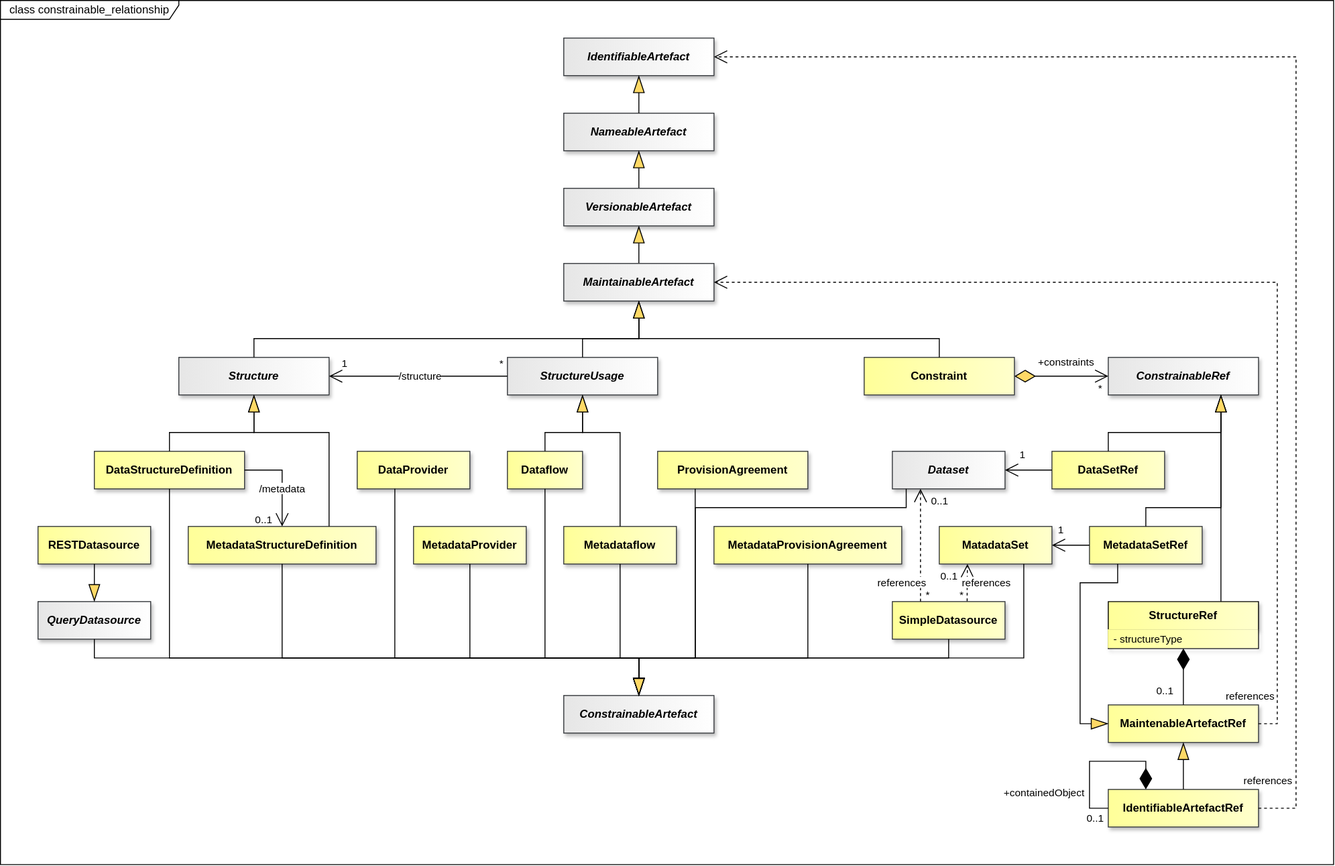
Earlier version of the draw.io export docs/logical_interfaces/media/sdmx_registry-constrainable_relationship.svg (sdmx-twg/sdmx-im). Source tidied: cells renumbered, new cells last; positions are measured from the earlier drawing's top-left corner, leaving out a move shared by most shapes.
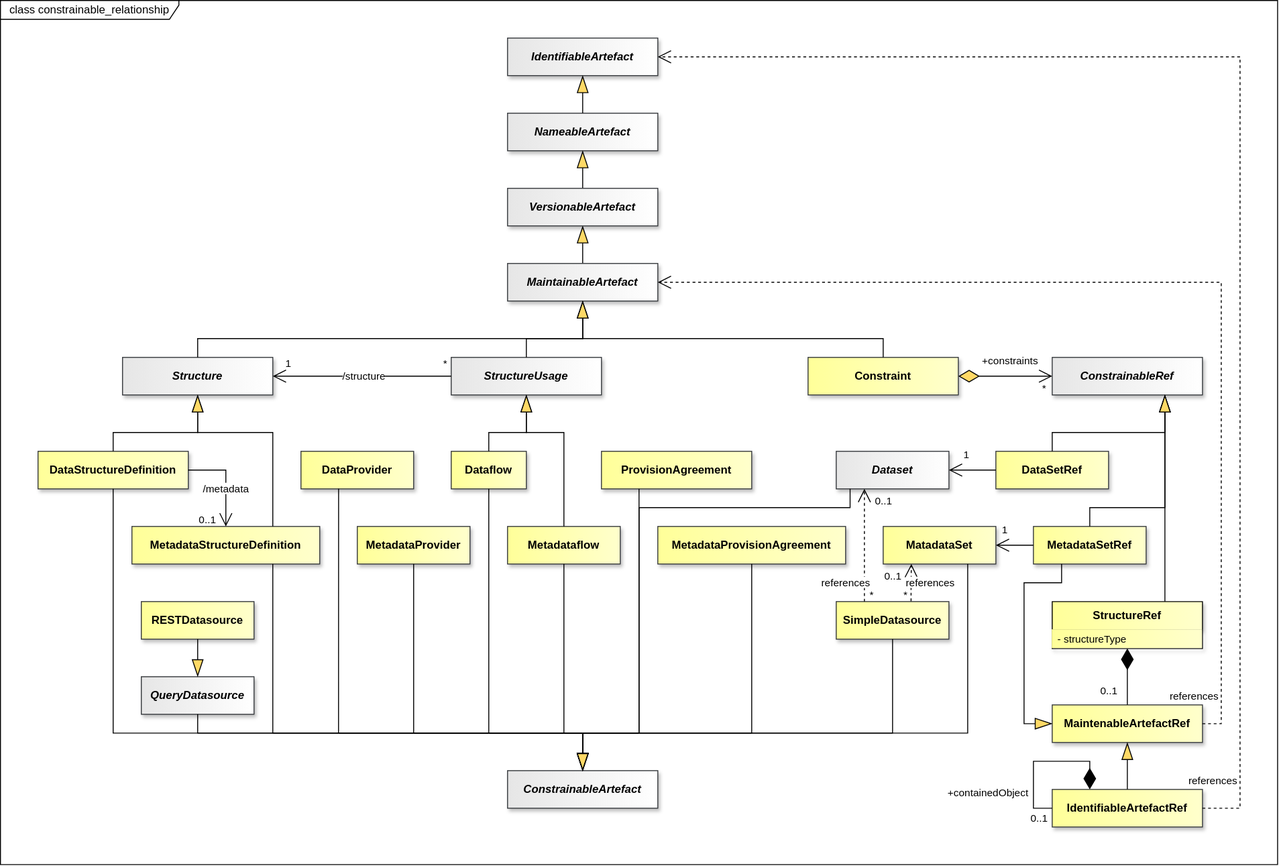
The same file after the commit.

The edit, as a diff of the source:
```diff
@@ -3,7 +3,7 @@
     <mxCell id="0" />
     <mxCell id="1" parent="0" />
     <mxCell id="2" value="class constrainable_relationship" style="shape=umlFrame;whiteSpace=wrap;html=1;fillColor=light-dark(#FFFFFF,#121212);swimlaneFillColor=light-dark(#FFFFFF,#121212);width=190;height=20;" parent="1" vertex="1">
-      <mxGeometry width="1420" height="920" as="geometry" />
+      <mxGeometry x="60" width="1360" height="920" as="geometry" />
     </mxCell>
     <mxCell id="3" style="endArrow=none;" parent="1" edge="1">
       <mxGeometry relative="1" as="geometry" />
@@ -270,7 +270,7 @@
       </mxGeometry>
     </mxCell>
     <mxCell id="77" value="ConstrainableArtefact" style="whiteSpace=wrap;html=1;verticalAlign=middle;gradientDirection=east;imageVerticalAlign=top;fontStyle=3;fillColor=light-dark(#E6E6E6,#E6E6E6);strokeColor=#36393d;fontColor=light-dark(#000000,#000000);gradientColor=light-dark(#FFFFFF,#FFFFFF);shadow=1;" parent="1" vertex="1">
-      <mxGeometry x="600" y="740" width="160" height="40" as="geometry" />
+      <mxGeometry x="600" y="820" width="160" height="40" as="geometry" />
     </mxCell>
     <mxCell id="78" value="&lt;span&gt;&lt;span&gt;DataProvider&lt;/span&gt;&lt;/span&gt;" style="whiteSpace=wrap;html=1;verticalAlign=middle;gradientDirection=east;imageVerticalAlign=top;fontStyle=1;fillColor=light-dark(#FFFF99,#FFFF99);strokeColor=#36393d;fontColor=light-dark(#000000,#000000);gradientColor=light-dark(#FFFFCC,#FFFFCC);shadow=1;" parent="1" vertex="1">
       <mxGeometry x="380" y="480" width="120" height="40" as="geometry" />
@@ -291,10 +291,10 @@
       <mxGeometry x="950" y="480" width="120" height="40" as="geometry" />
     </mxCell>
     <mxCell id="84" value="QueryDatasource" style="whiteSpace=wrap;html=1;verticalAlign=middle;gradientDirection=east;imageVerticalAlign=top;fontStyle=3;fillColor=light-dark(#E6E6E6,#E6E6E6);strokeColor=#36393d;fontColor=light-dark(#000000,#000000);gradientColor=light-dark(#FFFFFF,#FFFFFF);shadow=1;" parent="1" vertex="1">
-      <mxGeometry x="40" y="640" width="120" height="40" as="geometry" />
+      <mxGeometry x="210" y="720" width="120" height="40" as="geometry" />
     </mxCell>
     <mxCell id="85" value="&lt;span&gt;&lt;span&gt;RESTDatasource&lt;/span&gt;&lt;/span&gt;" style="whiteSpace=wrap;html=1;verticalAlign=middle;gradientDirection=east;imageVerticalAlign=top;fontStyle=1;fillColor=light-dark(#FFFF99,#FFFF99);strokeColor=#36393d;fontColor=light-dark(#000000,#000000);gradientColor=light-dark(#FFFFCC,#FFFFCC);shadow=1;" parent="1" vertex="1">
-      <mxGeometry x="40" y="560" width="120" height="40" as="geometry" />
+      <mxGeometry x="210" y="640" width="120" height="40" as="geometry" />
     </mxCell>
     <mxCell id="86" value="&lt;span&gt;&lt;span&gt;SimpleDatasource&lt;/span&gt;&lt;/span&gt;" style="whiteSpace=wrap;html=1;verticalAlign=middle;gradientDirection=east;imageVerticalAlign=top;fontStyle=1;fillColor=light-dark(#FFFF99,#FFFF99);strokeColor=#36393d;fontColor=light-dark(#000000,#000000);gradientColor=light-dark(#FFFFCC,#FFFFCC);shadow=1;" parent="1" vertex="1">
       <mxGeometry x="950" y="640" width="120" height="40" as="geometry" />
@@ -302,80 +302,80 @@
     <mxCell id="87" style="endArrow=blockThin;endSize=16;endFill=1;html=1;rounded=0;entryX=0.5;entryY=0;entryDx=0;entryDy=0;exitX=0.5;exitY=1;exitDx=0;exitDy=0;startFill=0;endFillColor=light-dark(#FFD966,#FFD966);strokeColor=light-dark(#000000,#FFFFFF);startFillColor=light-dark(#000000,#FFFFFF);labelBackgroundColor=none;labelBorderColor=light-dark(#000000,#FFFFFF);" parent="1" edge="1" source="84" target="77">
       <mxGeometry relative="1" as="geometry">
         <Array as="points">
-          <mxPoint x="100" y="700" />
-          <mxPoint x="680" y="700" />
+          <mxPoint x="270" y="780" />
+          <mxPoint x="680" y="780" />
         </Array>
       </mxGeometry>
     </mxCell>
     <mxCell id="88" style="endArrow=blockThin;endSize=16;endFill=1;html=1;rounded=0;entryX=0.5;entryY=0;entryDx=0;entryDy=0;exitX=0.5;exitY=1;exitDx=0;exitDy=0;startFill=0;endFillColor=light-dark(#FFD966,#FFD966);strokeColor=light-dark(#000000,#FFFFFF);startFillColor=light-dark(#000000,#FFFFFF);labelBackgroundColor=none;labelBorderColor=light-dark(#000000,#FFFFFF);" parent="1" edge="1" source="60" target="77">
       <mxGeometry relative="1" as="geometry">
         <Array as="points">
-          <mxPoint x="180" y="700" />
-          <mxPoint x="680" y="700" />
+          <mxPoint x="180" y="780" />
+          <mxPoint x="680" y="780" />
         </Array>
       </mxGeometry>
     </mxCell>
-    <mxCell id="89" style="endArrow=blockThin;endSize=16;endFill=1;html=1;rounded=0;entryX=0.5;entryY=0;entryDx=0;entryDy=0;exitX=0.5;exitY=1;exitDx=0;exitDy=0;startFill=0;endFillColor=light-dark(#FFD966,#FFD966);strokeColor=light-dark(#000000,#FFFFFF);startFillColor=light-dark(#000000,#FFFFFF);labelBackgroundColor=none;labelBorderColor=light-dark(#000000,#FFFFFF);" parent="1" edge="1" source="61" target="77">
-      <mxGeometry relative="1" as="geometry">
+    <mxCell id="89" style="endArrow=blockThin;endSize=16;endFill=1;html=1;rounded=0;entryX=0.5;entryY=0;entryDx=0;entryDy=0;exitX=0.75;exitY=1;exitDx=0;exitDy=0;startFill=0;endFillColor=light-dark(#FFD966,#FFD966);strokeColor=light-dark(#000000,#FFFFFF);startFillColor=light-dark(#000000,#FFFFFF);labelBackgroundColor=none;labelBorderColor=light-dark(#000000,#FFFFFF);" parent="1" edge="1" source="61" target="77">
+      <mxGeometry x="-0.11" relative="1" as="geometry">
         <Array as="points">
-          <mxPoint x="300" y="700" />
-          <mxPoint x="680" y="700" />
+          <mxPoint x="350" y="780" />
+          <mxPoint x="680" y="780" />
         </Array>
       </mxGeometry>
     </mxCell>
     <mxCell id="90" style="endArrow=blockThin;endSize=16;endFill=1;html=1;rounded=0;entryX=0.5;entryY=0;entryDx=0;entryDy=0;exitX=0.334;exitY=0.994;exitDx=0;exitDy=0;startFill=0;endFillColor=light-dark(#FFD966,#FFD966);strokeColor=light-dark(#000000,#FFFFFF);startFillColor=light-dark(#000000,#FFFFFF);labelBackgroundColor=none;labelBorderColor=light-dark(#000000,#FFFFFF);exitPerimeter=0;" parent="1" edge="1" source="78" target="77">
       <mxGeometry relative="1" as="geometry">
         <Array as="points">
-          <mxPoint x="420" y="700" />
-          <mxPoint x="680" y="700" />
+          <mxPoint x="420" y="780" />
+          <mxPoint x="680" y="780" />
         </Array>
       </mxGeometry>
     </mxCell>
     <mxCell id="91" style="endArrow=blockThin;endSize=16;endFill=1;html=1;rounded=0;entryX=0.5;entryY=0;entryDx=0;entryDy=0;exitX=0.5;exitY=1;exitDx=0;exitDy=0;startFill=0;endFillColor=light-dark(#FFD966,#FFD966);strokeColor=light-dark(#000000,#FFFFFF);startFillColor=light-dark(#000000,#FFFFFF);labelBackgroundColor=none;labelBorderColor=light-dark(#000000,#FFFFFF);" parent="1" edge="1" source="79" target="77">
       <mxGeometry relative="1" as="geometry">
         <Array as="points">
-          <mxPoint x="500" y="700" />
-          <mxPoint x="680" y="700" />
+          <mxPoint x="500" y="780" />
+          <mxPoint x="680" y="780" />
         </Array>
       </mxGeometry>
     </mxCell>
     <mxCell id="92" style="endArrow=blockThin;endSize=16;endFill=1;html=1;rounded=0;entryX=0.5;entryY=0;entryDx=0;entryDy=0;exitX=0.5;exitY=1;exitDx=0;exitDy=0;startFill=0;endFillColor=light-dark(#FFD966,#FFD966);strokeColor=light-dark(#000000,#FFFFFF);startFillColor=light-dark(#000000,#FFFFFF);labelBackgroundColor=none;labelBorderColor=light-dark(#000000,#FFFFFF);" parent="1" edge="1" source="63" target="77">
       <mxGeometry x="-0.1" relative="1" as="geometry">
         <Array as="points">
-          <mxPoint x="580" y="700" />
-          <mxPoint x="680" y="700" />
+          <mxPoint x="580" y="780" />
+          <mxPoint x="680" y="780" />
         </Array>
       </mxGeometry>
     </mxCell>
     <mxCell id="93" style="endArrow=blockThin;endSize=16;endFill=1;html=1;rounded=0;entryX=0.5;entryY=0;entryDx=0;entryDy=0;exitX=0.5;exitY=1;exitDx=0;exitDy=0;startFill=0;endFillColor=light-dark(#FFD966,#FFD966);strokeColor=light-dark(#000000,#FFFFFF);startFillColor=light-dark(#000000,#FFFFFF);labelBackgroundColor=none;labelBorderColor=light-dark(#000000,#FFFFFF);" parent="1" edge="1" source="62" target="77">
-      <mxGeometry x="-0.1" relative="1" as="geometry">
+      <mxGeometry x="-0.17" relative="1" as="geometry">
         <Array as="points">
-          <mxPoint x="660" y="700" />
-          <mxPoint x="680" y="700" />
+          <mxPoint x="660" y="780" />
+          <mxPoint x="680" y="780" />
         </Array>
       </mxGeometry>
     </mxCell>
     <mxCell id="94" style="endArrow=blockThin;endSize=16;endFill=1;html=1;rounded=0;entryX=0.5;entryY=0;entryDx=0;entryDy=0;exitX=0.25;exitY=1;exitDx=0;exitDy=0;startFill=0;endFillColor=light-dark(#FFD966,#FFD966);strokeColor=light-dark(#000000,#FFFFFF);startFillColor=light-dark(#000000,#FFFFFF);labelBackgroundColor=none;labelBorderColor=light-dark(#000000,#FFFFFF);" parent="1" edge="1" source="80" target="77">
       <mxGeometry x="-0.1" relative="1" as="geometry">
         <Array as="points">
-          <mxPoint x="740.2" y="700" />
-          <mxPoint x="680" y="700" />
+          <mxPoint x="740" y="780" />
+          <mxPoint x="680" y="780" />
         </Array>
       </mxGeometry>
     </mxCell>
     <mxCell id="95" style="endArrow=blockThin;endSize=16;endFill=1;html=1;rounded=0;entryX=0.5;entryY=0;entryDx=0;entryDy=0;exitX=0.5;exitY=1;exitDx=0;exitDy=0;startFill=0;endFillColor=light-dark(#FFD966,#FFD966);strokeColor=light-dark(#000000,#FFFFFF);startFillColor=light-dark(#000000,#FFFFFF);labelBackgroundColor=none;labelBorderColor=light-dark(#000000,#FFFFFF);" parent="1" edge="1" source="81" target="77">
       <mxGeometry relative="1" as="geometry">
         <Array as="points">
-          <mxPoint x="860" y="700" />
-          <mxPoint x="680" y="700" />
+          <mxPoint x="860" y="780" />
+          <mxPoint x="680" y="780" />
         </Array>
       </mxGeometry>
     </mxCell>
     <mxCell id="96" style="endArrow=blockThin;endSize=16;endFill=1;html=1;rounded=0;entryX=0.5;entryY=0;entryDx=0;entryDy=0;exitX=0.5;exitY=1;exitDx=0;exitDy=0;startFill=0;endFillColor=light-dark(#FFD966,#FFD966);strokeColor=light-dark(#000000,#FFFFFF);startFillColor=light-dark(#000000,#FFFFFF);labelBackgroundColor=none;labelBorderColor=light-dark(#000000,#FFFFFF);" parent="1" edge="1" source="86" target="77">
       <mxGeometry x="-0.03" relative="1" as="geometry">
         <Array as="points">
-          <mxPoint x="1010" y="700" />
-          <mxPoint x="680" y="700" />
+          <mxPoint x="1010" y="780" />
+          <mxPoint x="680" y="780" />
         </Array>
       </mxGeometry>
     </mxCell>
@@ -547,8 +547,8 @@
     <mxCell id="132" style="endArrow=blockThin;endSize=16;endFill=1;html=1;rounded=0;entryX=0.5;entryY=0;entryDx=0;entryDy=0;exitX=0.75;exitY=1;exitDx=0;exitDy=0;startFill=0;endFillColor=light-dark(#FFD966,#FFD966);strokeColor=light-dark(#000000,#FFFFFF);startFillColor=light-dark(#000000,#FFFFFF);labelBackgroundColor=none;labelBorderColor=light-dark(#000000,#FFFFFF);" parent="1" edge="1" source="82" target="77">
       <mxGeometry x="-0.39" relative="1" as="geometry">
         <Array as="points">
-          <mxPoint x="1090" y="700" />
-          <mxPoint x="680" y="700" />
+          <mxPoint x="1090" y="780" />
+          <mxPoint x="680" y="780" />
         </Array>
       </mxGeometry>
     </mxCell>
@@ -557,8 +557,8 @@
         <Array as="points">
           <mxPoint x="964.8" y="540" />
           <mxPoint x="740" y="540" />
-          <mxPoint x="740" y="700" />
-          <mxPoint x="680" y="700" />
+          <mxPoint x="740" y="780" />
+          <mxPoint x="680" y="780" />
         </Array>
       </mxGeometry>
     </mxCell>
```
